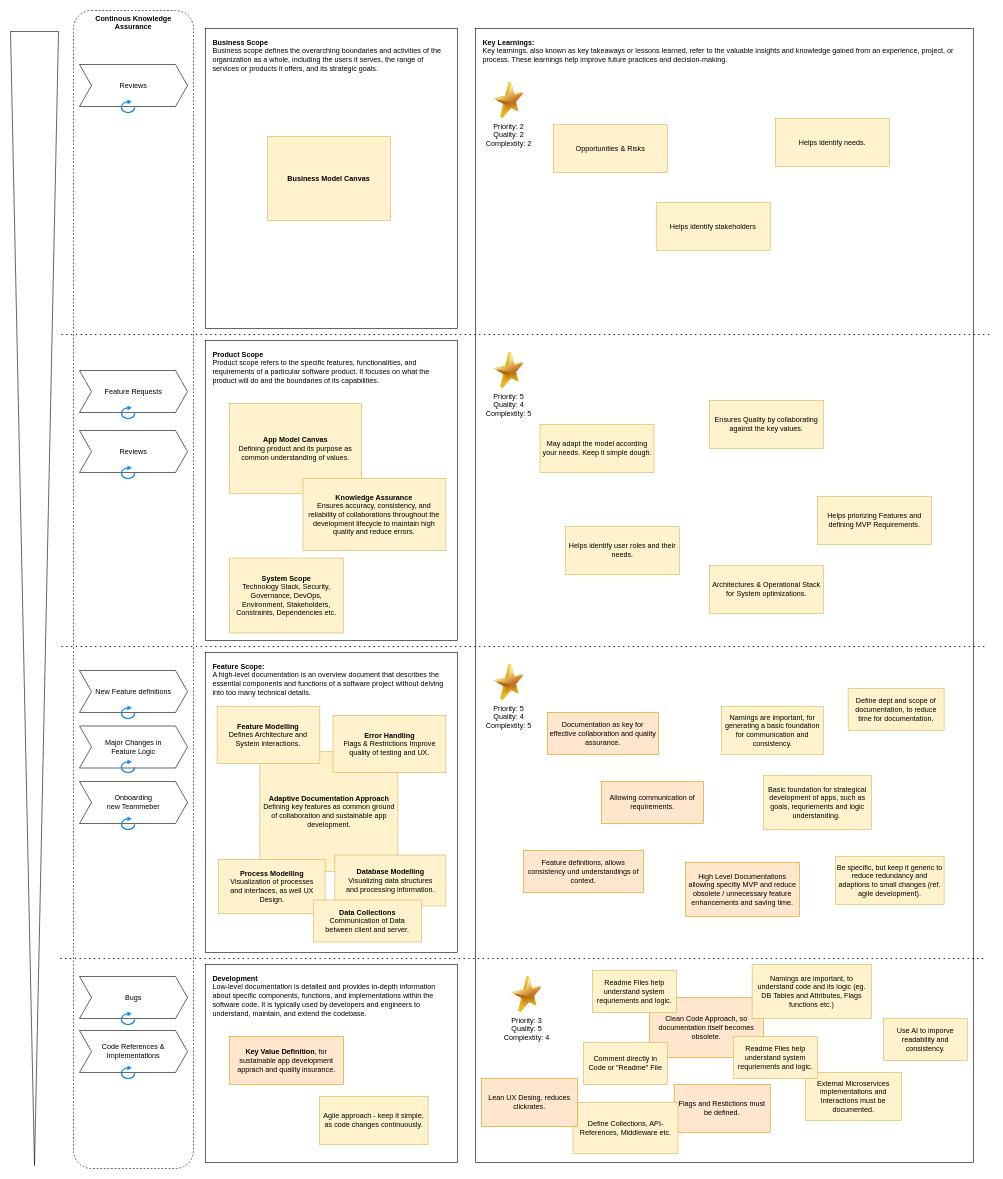
Earlier version of the draw.io diagram docs/Documentation Approach.drawio (CarlsonBuma/app-template). Source tidied: cells renumbered, new cells numbered last; positions are measured from the earlier drawing's top-left corner, leaving out a move shared by most shapes. Both pictures are drawn from the tidied source at 60%, with x=0, y=0 at pixel (-533, 10).
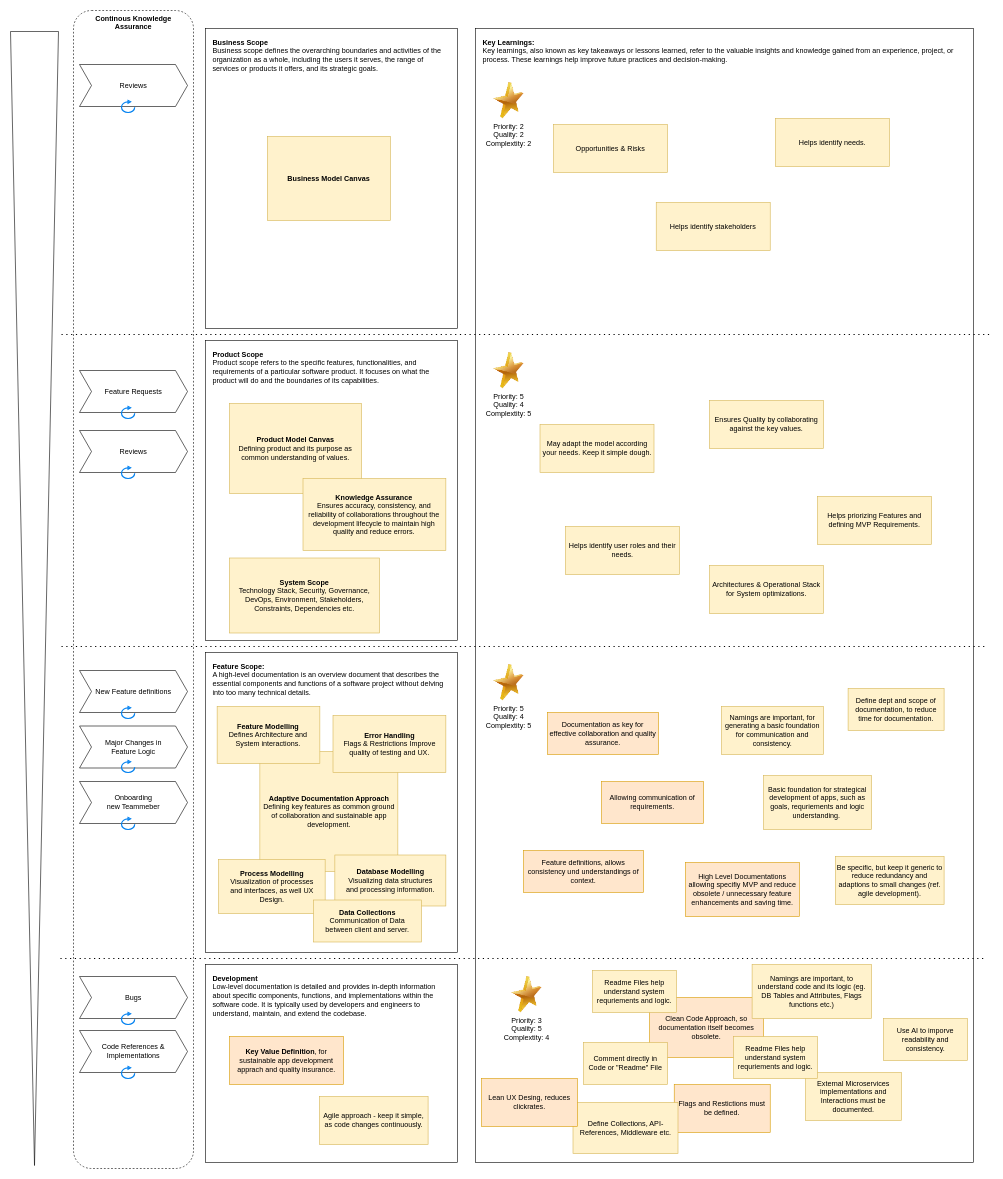
The same diagram, later.

What changed in the source:
```diff
@@
-    <mxCell id="37" value="&lt;div style=&quot;text-align: center;&quot;&gt;&lt;span style=&quot;background-color: initial; text-align: left;&quot;&gt;&lt;b&gt;App Model Canvas&lt;/b&gt;&lt;/span&gt;&lt;/div&gt;&lt;div style=&quot;text-align: center;&quot;&gt;&lt;span style=&quot;background-color: initial; text-align: left;&quot;&gt;Defining product and its purpose as common understanding of values.&lt;/span&gt;&lt;/div&gt;" style="rounded=0;whiteSpace=wrap;html=1;fillColor=#fff2cc;strokeColor=#d6b656;" parent="1" vertex="1">
+    <mxCell id="37" value="&lt;div style=&quot;text-align: center;&quot;&gt;&lt;span style=&quot;background-color: initial; text-align: left;&quot;&gt;&lt;b&gt;Product Model Canvas&lt;/b&gt;&lt;/span&gt;&lt;/div&gt;&lt;div style=&quot;text-align: center;&quot;&gt;&lt;span style=&quot;background-color: initial; text-align: left;&quot;&gt;Defining product and its purpose as common understanding of values.&lt;/span&gt;&lt;/div&gt;" style="rounded=0;whiteSpace=wrap;html=1;fillColor=#fff2cc;strokeColor=#d6b656;" parent="1" vertex="1">
       <mxGeometry x="1270" y="655" width="220" height="150" as="geometry" />
     </mxCell>
@@
     <mxCell id="60" value="&lt;div style=&quot;text-align: center;&quot;&gt;&lt;span style=&quot;background-color: initial; text-align: left;&quot;&gt;&lt;b&gt;System Scope&lt;/b&gt;&lt;/span&gt;&lt;/div&gt;&lt;div style=&quot;text-align: center;&quot;&gt;&lt;div style=&quot;border-color: var(--border-color);&quot;&gt;Technology Stack,&amp;nbsp;Security, Governance, DevOps, Environment, Stakeholders, Constraints,&amp;nbsp;Dependencies etc.&lt;br&gt;&lt;/div&gt;&lt;/div&gt;" style="rounded=0;whiteSpace=wrap;html=1;fillColor=#fff2cc;strokeColor=#d6b656;" parent="1" vertex="1">
-      <mxGeometry x="1270" y="912.5" width="190" height="125" as="geometry" />
+      <mxGeometry x="1270" y="912.5" width="250" height="125" as="geometry" />
     </mxCell>
```
